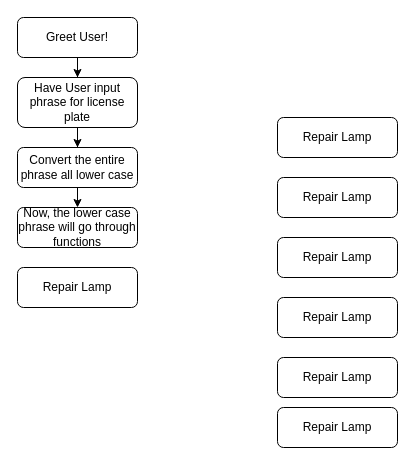
JLanez/Complete-Python-3-Bootcamp keeps this draw.io diagram as Program_2_Flowchart.drawio. Above is the earlier version. Source tidied: cells renumbered, new cells numbered last; positions are measured from the earlier drawing's top-left corner, leaving out a move shared by most shapes. Both pictures are drawn from the tidied source at 100%, with x=0, y=0 at pixel (17, 17).
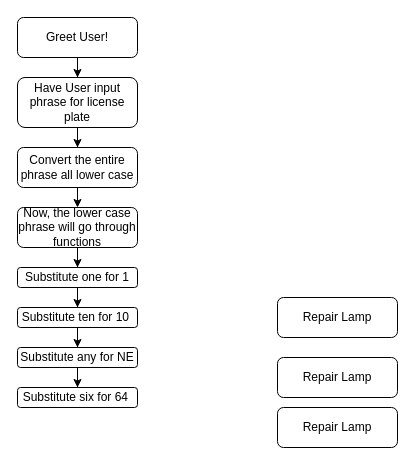
The same diagram, later.

Diff of the diagram source:
```diff
@@
 <mxGraphModel>
   <root>
     <mxCell id="0" />
     <mxCell id="1" parent="0" />
     <mxCell id="2" style="edgeStyle=orthogonalEdgeStyle;rounded=0;jettySize=auto;html=1;entryX=0.5;entryY=0;entryDx=0;entryDy=0;" parent="1" edge="1" source="3" target="5">
       <mxGeometry relative="1" as="geometry" />
     </mxCell>
     <mxCell id="3" value="Greet User!" style="rounded=1;whiteSpace=wrap;html=1;fontSize=12;glass=0;strokeWidth=1;shadow=0;" parent="1" vertex="1">
       <mxGeometry width="120" height="40" as="geometry" />
     </mxCell>
     <mxCell id="4" style="edgeStyle=orthogonalEdgeStyle;rounded=0;jettySize=auto;html=1;entryX=0.5;entryY=0;entryDx=0;entryDy=0;" parent="1" edge="1" source="5" target="8">
       <mxGeometry relative="1" as="geometry" />
     </mxCell>
     <mxCell id="5" value="Have User input phrase for license plate" style="rounded=1;whiteSpace=wrap;html=1;fontSize=12;glass=0;strokeWidth=1;shadow=0;" parent="1" vertex="1">
       <mxGeometry y="60" width="120" height="50" as="geometry" />
     </mxCell>
+    <mxCell id="16" style="edgeStyle=orthogonalEdgeStyle;rounded=0;jettySize=auto;html=1;entryX=0.5;entryY=0;entryDx=0;entryDy=0;" parent="1" edge="1" source="6" target="9">
+      <mxGeometry relative="1" as="geometry" />
+    </mxCell>
     <mxCell id="6" value="Now, the lower case phrase will go through functions" style="rounded=1;whiteSpace=wrap;html=1;fontSize=12;glass=0;strokeWidth=1;shadow=0;" parent="1" vertex="1">
       <mxGeometry y="190" width="120" height="40" as="geometry" />
     </mxCell>
     <mxCell id="7" style="edgeStyle=orthogonalEdgeStyle;rounded=0;jettySize=auto;html=1;exitX=0.5;exitY=1;exitDx=0;exitDy=0;entryX=0.5;entryY=0;entryDx=0;entryDy=0;" parent="1" edge="1" source="8" target="6">
       <mxGeometry relative="1" as="geometry" />
     </mxCell>
     <mxCell id="8" value="Convert the entire phrase all lower case" style="rounded=1;whiteSpace=wrap;html=1;fontSize=12;glass=0;strokeWidth=1;shadow=0;" parent="1" vertex="1">
       <mxGeometry y="130" width="120" height="40" as="geometry" />
     </mxCell>
+    <mxCell id="17" style="edgeStyle=orthogonalEdgeStyle;rounded=0;jettySize=auto;html=1;" parent="1" edge="1" source="9" target="15">
+      <mxGeometry relative="1" as="geometry" />
+    </mxCell>
-    <mxCell id="9" value="Repair Lamp" style="rounded=1;whiteSpace=wrap;html=1;fontSize=12;glass=0;strokeWidth=1;shadow=0;" parent="1" vertex="1">
-      <mxGeometry y="250" width="120" height="40" as="geometry" />
+    <mxCell id="9" value="Substitute one for 1" style="rounded=1;whiteSpace=wrap;html=1;fontSize=12;glass=0;strokeWidth=1;shadow=0;" parent="1" vertex="1">
+      <mxGeometry y="250" width="120" height="20" as="geometry" />
     </mxCell>
     <mxCell id="10" value="Repair Lamp" style="rounded=1;whiteSpace=wrap;html=1;fontSize=12;glass=0;strokeWidth=1;shadow=0;" parent="1" vertex="1">
       <mxGeometry x="260" y="390" width="120" height="40" as="geometry" />
     </mxCell>
     <mxCell id="11" value="Repair Lamp" style="rounded=1;whiteSpace=wrap;html=1;fontSize=12;glass=0;strokeWidth=1;shadow=0;" parent="1" vertex="1">
       <mxGeometry x="260" y="280" width="120" height="40" as="geometry" />
     </mxCell>
-    <mxCell id="12" value="Repair Lamp" style="rounded=1;whiteSpace=wrap;html=1;fontSize=12;glass=0;strokeWidth=1;shadow=0;" parent="1" vertex="1">
-      <mxGeometry x="260" y="220" width="120" height="40" as="geometry" />
+    <mxCell id="12" value="Substitute six for 64&amp;nbsp;" style="rounded=1;whiteSpace=wrap;html=1;fontSize=12;glass=0;strokeWidth=1;shadow=0;" parent="1" vertex="1">
+      <mxGeometry y="370" width="120" height="20" as="geometry" />
     </mxCell>
     <mxCell id="13" value="Repair Lamp" style="rounded=1;whiteSpace=wrap;html=1;fontSize=12;glass=0;strokeWidth=1;shadow=0;" parent="1" vertex="1">
       <mxGeometry x="260" y="340" width="120" height="40" as="geometry" />
     </mxCell>
+    <mxCell id="18" style="edgeStyle=orthogonalEdgeStyle;rounded=0;jettySize=auto;html=1;" parent="1" edge="1" source="14" target="12">
+      <mxGeometry relative="1" as="geometry" />
+    </mxCell>
-    <mxCell id="14" value="Repair Lamp" style="rounded=1;whiteSpace=wrap;html=1;fontSize=12;glass=0;strokeWidth=1;shadow=0;" parent="1" vertex="1">
-      <mxGeometry x="260" y="160" width="120" height="40" as="geometry" />
+    <mxCell id="14" value="Substitute any for NE" style="rounded=1;whiteSpace=wrap;html=1;fontSize=12;glass=0;strokeWidth=1;shadow=0;" parent="1" vertex="1">
+      <mxGeometry y="330" width="120" height="20" as="geometry" />
     </mxCell>
+    <mxCell id="19" style="edgeStyle=orthogonalEdgeStyle;rounded=0;jettySize=auto;html=1;" parent="1" edge="1" source="15" target="14">
+      <mxGeometry relative="1" as="geometry" />
+    </mxCell>
-    <mxCell id="15" value="Repair Lamp" style="rounded=1;whiteSpace=wrap;html=1;fontSize=12;glass=0;strokeWidth=1;shadow=0;" parent="1" vertex="1">
-      <mxGeometry x="260" y="100" width="120" height="40" as="geometry" />
+    <mxCell id="15" value="Substitute ten for 10&amp;nbsp;" style="rounded=1;whiteSpace=wrap;html=1;fontSize=12;glass=0;strokeWidth=1;shadow=0;" parent="1" vertex="1">
+      <mxGeometry y="290" width="120" height="20" as="geometry" />
     </mxCell>
   </root>
 </mxGraphModel>
```
